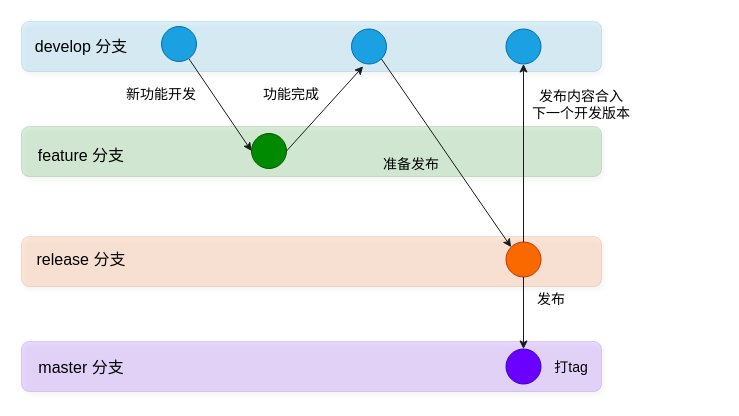
Before: git工作流/gitFlow/gitFlow的开发流程.drawio in YoungMandy/Web-Front, a draw.io diagram. Source tidied: cells renumbered, new cells numbered last; positions are measured from the earlier drawing's top-left corner, leaving out a move shared by most shapes. Both pictures are drawn from the tidied source at 100%, with x=0, y=0 at pixel (21, 21).
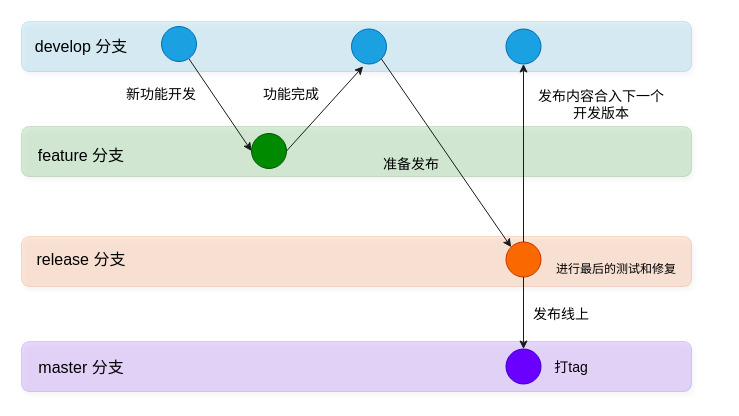
After the change.

What changed in the source:
```diff
@@
     <mxCell id="2" style="rounded=1;whiteSpace=wrap;html=1;strokeColor=#3700CC;fontSize=16;fontColor=#ffffff;fillColor=#6a00ff;opacity=15;shadow=1;" parent="1" vertex="1">
-      <mxGeometry y="320" width="580" height="50" as="geometry" />
+      <mxGeometry y="320" width="670" height="50" as="geometry" />
     </mxCell>
     <mxCell id="3" style="rounded=1;whiteSpace=wrap;html=1;strokeColor=#C73500;fontSize=16;fontColor=#000000;fillColor=#fa6800;opacity=15;shadow=1;" parent="1" vertex="1">
-      <mxGeometry y="215" width="580" height="50" as="geometry" />
+      <mxGeometry y="215" width="670" height="50" as="geometry" />
     </mxCell>
     <mxCell id="4" style="rounded=1;whiteSpace=wrap;html=1;strokeColor=#006EAF;fontSize=16;fontColor=#ffffff;fillColor=#1ba1e2;opacity=15;shadow=1;" parent="1" vertex="1">
-      <mxGeometry width="580" height="50" as="geometry" />
+      <mxGeometry width="670" height="50" as="geometry" />
     </mxCell>
     <mxCell id="5" style="rounded=1;whiteSpace=wrap;html=1;strokeColor=#005700;fontSize=16;fontColor=#ffffff;fillColor=#008a00;opacity=15;shadow=1;" parent="1" vertex="1">
-      <mxGeometry y="105" width="580" height="50" as="geometry" />
+      <mxGeometry y="105" width="670" height="50" as="geometry" />
     </mxCell>
@@
-    <mxCell id="22" value="发布" style="text;html=1;strokeColor=none;fillColor=none;align=center;verticalAlign=middle;whiteSpace=wrap;rounded=0;fontSize=14;fontColor=#000000;" parent="1" vertex="1">
-      <mxGeometry x="480" y="265" width="100" height="25" as="geometry" />
+    <mxCell id="22" value="发布线上" style="text;html=1;strokeColor=none;fillColor=none;align=center;verticalAlign=middle;whiteSpace=wrap;rounded=0;fontSize=14;fontColor=#000000;" parent="1" vertex="1">
+      <mxGeometry x="490" y="280" width="100" height="25" as="geometry" />
     </mxCell>
@@
-    <mxCell id="26" value="发布内容合入&lt;br style=&quot;font-size: 14px;&quot;&gt;下一个开发版本" style="text;html=1;strokeColor=none;fillColor=none;align=center;verticalAlign=middle;whiteSpace=wrap;rounded=0;fontSize=14;fontColor=#000000;" parent="1" vertex="1">
-      <mxGeometry x="440" y="70" width="240" height="25" as="geometry" />
+    <mxCell id="26" value="发布内容合入下一个&lt;br&gt;开发版本" style="text;html=1;strokeColor=none;fillColor=none;align=center;verticalAlign=middle;whiteSpace=wrap;rounded=0;fontSize=14;fontColor=#000000;" parent="1" vertex="1">
+      <mxGeometry x="460" y="70" width="240" height="25" as="geometry" />
     </mxCell>
+    <mxCell id="27" value="进行最后的测试和修复" style="text;html=1;strokeColor=none;fillColor=none;align=center;verticalAlign=middle;whiteSpace=wrap;rounded=0;fontSize=12;fontColor=#000000;" parent="1" vertex="1">
+      <mxGeometry x="519.5" y="230.5" width="150" height="34.5" as="geometry" />
+    </mxCell>
```
